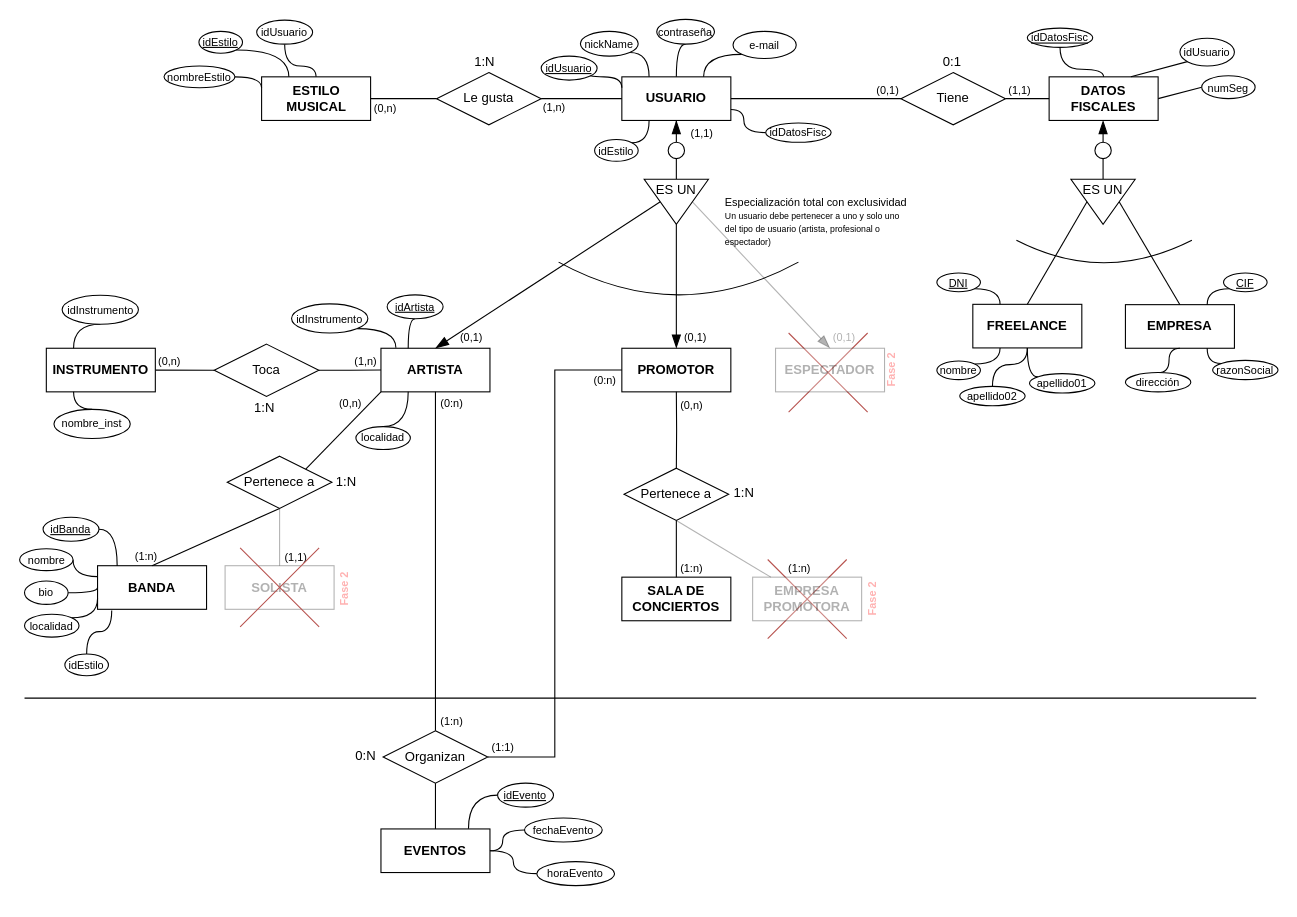
Above: DiagramaER.drawio in victorvisus/pvm_binain (draw.io), before the change. Source tidied: cells renumbered, new cells numbered last; positions are measured from the earlier drawing's top-left corner, leaving out a move shared by most shapes. Both pictures are drawn from the tidied source at 109%, with x=0, y=0 at pixel (20, 19).
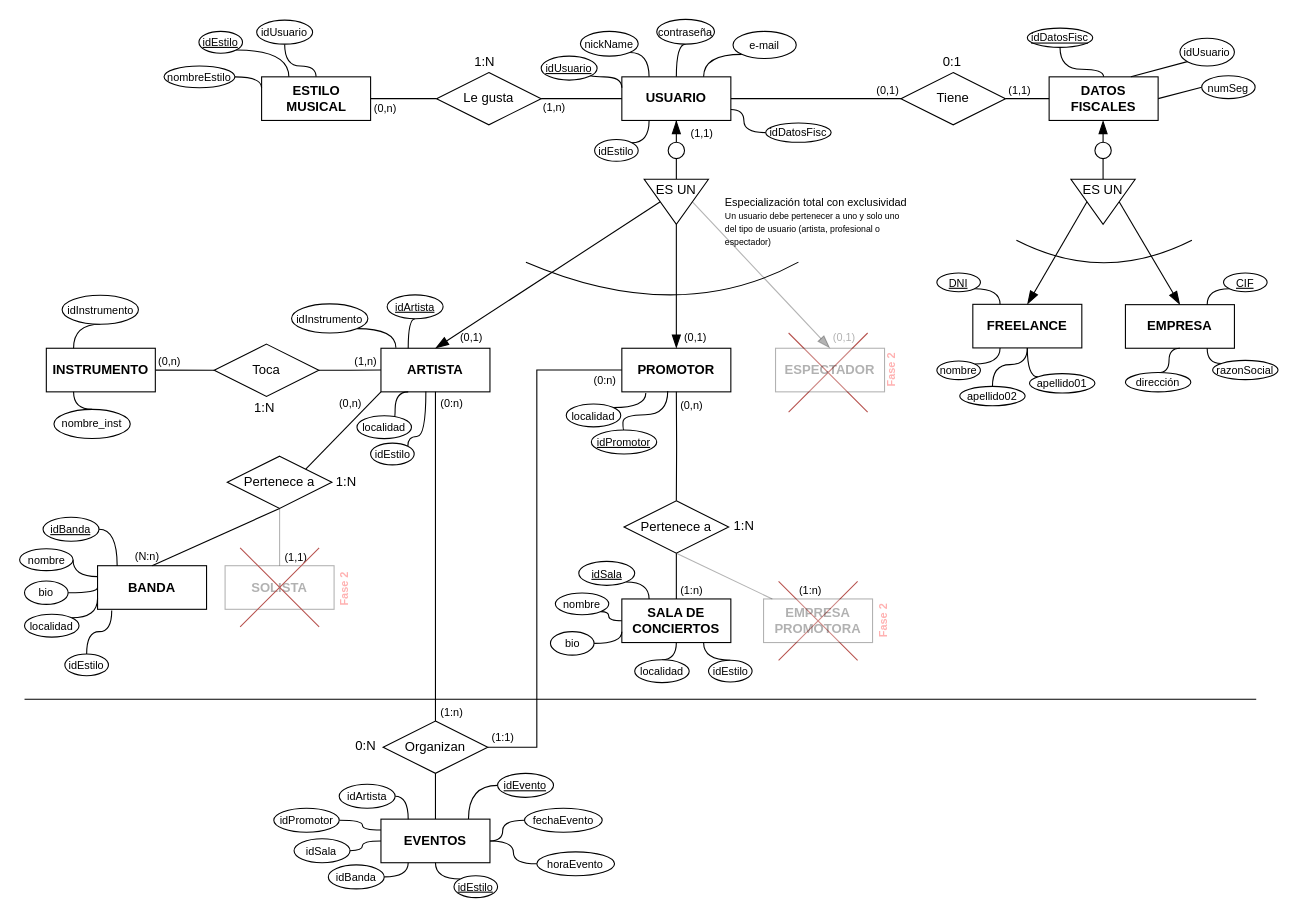
After the change.

Commit message:
modificado diagrama E/R

The change refers to these unchanged cells:
```xml
<mxCell id="16" value="ARTISTA" style="whiteSpace=wrap;html=1;align=center;fontStyle=1;" parent="1" vertex="1">
  <mxGeometry x="331" y="302" width="100" height="40" as="geometry" />
</mxCell>
<mxCell id="19" value="PROMOTOR" style="whiteSpace=wrap;html=1;align=center;fontStyle=1;" parent="1" vertex="1">
  <mxGeometry x="552" y="302" width="100" height="40" as="geometry" />
</mxCell>
<mxCell id="126" style="verticalLabelPosition=bottom;verticalAlign=top;html=1;shape=mxgraph.basic.acute_triangle;dx=0.5;rotation=-180;" parent="125" vertex="1">
  <mxGeometry y="4" width="59" height="41.3" as="geometry" />
</mxCell>
<mxCell id="128" value="FREELANCE" style="whiteSpace=wrap;html=1;align=center;fontStyle=1;" parent="1" vertex="1">
  <mxGeometry x="874" y="261.7" width="100" height="40" as="geometry" />
</mxCell>
<mxCell id="129" value="EMPRESA" style="whiteSpace=wrap;html=1;align=center;fontStyle=1;" parent="1" vertex="1">
  <mxGeometry x="1014" y="262" width="100" height="40" as="geometry" />
</mxCell>
```

The edit, as a diff of the source:
```diff
@@
     <mxCell id="3" style="shape=umlDestroy;strokeColor=#b85450;fillColor=#FF0000;strokeWidth=1;" parent="1" vertex="1">
-      <mxGeometry x="685.8" y="495.8" width="72.5" height="72.5" as="geometry" />
+      <mxGeometry x="695.8" y="515.8" width="72.5" height="72.5" as="geometry" />
     </mxCell>
@@
-    <mxCell id="29" value="(1:n)" style="text;strokeColor=none;fillColor=none;spacingLeft=4;spacingRight=4;overflow=hidden;fontSize=10;" parent="1" vertex="1">
+    <mxCell id="29" value="(N:n)" style="text;strokeColor=none;fillColor=none;spacingLeft=4;spacingRight=4;overflow=hidden;fontSize=10;" parent="1" vertex="1">
       <mxGeometry x="99.7" y="481" width="40" height="30" as="geometry" />
     </mxCell>
@@
     <mxCell id="31" value="SALA DE CONCIERTOS" style="whiteSpace=wrap;html=1;align=center;fontStyle=1;" parent="1" vertex="1">
-      <mxGeometry x="552" y="512" width="100" height="40" as="geometry" />
+      <mxGeometry x="552" y="532" width="100" height="40" as="geometry" />
     </mxCell>
@@
     <mxCell id="33" value="Pertenece a" style="shape=rhombus;perimeter=rhombusPerimeter;whiteSpace=wrap;html=1;align=center;gradientColor=none;" parent="1" vertex="1">
-      <mxGeometry x="554" y="412" width="96" height="48" as="geometry" />
+      <mxGeometry x="554" y="442" width="96" height="48" as="geometry" />
     </mxCell>
     <mxCell id="34" value="1:N" style="text;strokeColor=none;fillColor=none;spacingLeft=4;spacingRight=4;overflow=hidden;fontSize=12;" parent="1" vertex="1">
-      <mxGeometry x="649" y="421" width="40" height="30" as="geometry" />
+      <mxGeometry x="649" y="451" width="40" height="30" as="geometry" />
     </mxCell>
@@
     <mxCell id="37" value="(1:n)" style="text;strokeColor=none;fillColor=none;spacingLeft=4;spacingRight=4;overflow=hidden;fontSize=10;" parent="1" vertex="1">
-      <mxGeometry x="600" y="491.5" width="40" height="30" as="geometry" />
+      <mxGeometry x="600" y="511.5" width="40" height="30" as="geometry" />
     </mxCell>
     <mxCell id="38" value="EMPRESA&lt;br&gt;PROMOTORA" style="whiteSpace=wrap;html=1;align=center;fontStyle=1;textOpacity=30;opacity=30;" parent="1" vertex="1">
-      <mxGeometry x="672" y="512" width="100" height="40" as="geometry" />
+      <mxGeometry x="682" y="532" width="100" height="40" as="geometry" />
     </mxCell>
@@
     <mxCell id="40" value="(1:n)" style="text;strokeColor=none;fillColor=none;spacingLeft=4;spacingRight=4;overflow=hidden;fontSize=10;" parent="1" vertex="1">
-      <mxGeometry x="699" y="491.5" width="40" height="30" as="geometry" />
+      <mxGeometry x="709" y="511.5" width="40" height="30" as="geometry" />
     </mxCell>
@@
     <mxCell id="52" style="endArrow=none;html=1;fontSize=10;curved=1;" parent="1" edge="1">
       <mxGeometry relative="1" as="geometry">
-        <mxPoint x="494" y="223" as="sourcePoint" />
+        <mxPoint x="464" y="223" as="sourcePoint" />
         <mxPoint x="714" y="223" as="targetPoint" />
         <Array as="points">
           <mxPoint x="604" y="283" />
         </Array>
       </mxGeometry>
     </mxCell>
@@
     <mxCell id="69" style="edgeStyle=orthogonalEdgeStyle;rounded=0;jettySize=auto;html=1;exitX=1;exitY=0.5;exitDx=0;exitDy=0;entryX=0;entryY=0.5;entryDx=0;entryDy=0;endArrow=none;endFill=0;" parent="1" edge="1" source="70" target="19">
-      <mxGeometry relative="1" as="geometry" />
+      <mxGeometry relative="1" as="geometry">
+        <Array as="points">
+          <mxPoint x="474" y="668" />
+          <mxPoint x="474" y="322" />
+        </Array>
+      </mxGeometry>
     </mxCell>
     <mxCell id="70" value="Organizan" style="shape=rhombus;perimeter=rhombusPerimeter;whiteSpace=wrap;html=1;align=center;gradientColor=none;" parent="1" vertex="1">
-      <mxGeometry x="333" y="653" width="96" height="48" as="geometry" />
+      <mxGeometry x="333" y="644" width="96" height="48" as="geometry" />
     </mxCell>
@@
     <mxCell id="78" value="(1:1)" style="text;strokeColor=none;fillColor=none;spacingLeft=4;spacingRight=4;overflow=hidden;fontSize=10;" parent="1" vertex="1">
-      <mxGeometry x="427" y="656" width="40" height="30" as="geometry" />
+      <mxGeometry x="427" y="647" width="40" height="30" as="geometry" />
     </mxCell>
@@
     <mxCell id="80" value="Fase 2" style="text;overflow=hidden;fontSize=10;align=center;whiteSpace=wrap;html=1;verticalAlign=middle;horizontal=0;fontStyle=1;textOpacity=30;opacity=30;fontColor=#FF0000;" parent="1" vertex="1">
-      <mxGeometry x="773" y="507" width="18" height="50" as="geometry" />
+      <mxGeometry x="783" y="527" width="18" height="50" as="geometry" />
     </mxCell>
     <mxCell id="81" style="edgeStyle=orthogonalEdgeStyle;jettySize=auto;html=1;endArrow=none;endFill=0;fontSize=10;fontColor=#FF0000;entryX=0.25;entryY=1;entryDx=0;entryDy=0;curved=1;exitX=0.5;exitY=0;exitDx=0;exitDy=0;" parent="1" edge="1" source="82" target="16">
-      <mxGeometry relative="1" as="geometry" />
+      <mxGeometry relative="1" as="geometry">
+        <Array as="points">
+          <mxPoint x="344" y="374" />
+          <mxPoint x="344" y="342" />
+        </Array>
+      </mxGeometry>
     </mxCell>
     <mxCell id="82" value="localidad" style="ellipse;whiteSpace=wrap;html=1;align=center;fontStyle=0;fontSize=10;" parent="1" vertex="1">
-      <mxGeometry x="308" y="373.9" width="50" height="21" as="geometry" />
+      <mxGeometry x="309" y="363.9" width="50" height="21" as="geometry" />
     </mxCell>
@@
-    <mxCell id="130" style="jettySize=auto;html=1;exitX=0;exitY=0;exitDx=44.25;exitDy=20.65;exitPerimeter=0;entryX=0.5;entryY=0;entryDx=0;entryDy=0;endArrow=none;endFill=0;strokeColor=#000000;rounded=0;" parent="1" edge="1" source="126" target="128">
+    <mxCell id="130" style="jettySize=auto;html=1;exitX=0;exitY=0;exitDx=44.25;exitDy=20.65;exitPerimeter=0;entryX=0.5;entryY=0;entryDx=0;entryDy=0;endArrow=blockThin;endFill=1;strokeColor=#000000;rounded=0;endSize=10;" parent="1" edge="1" source="126" target="128">
       <mxGeometry relative="1" as="geometry" />
     </mxCell>
-    <mxCell id="131" style="jettySize=auto;html=1;exitX=0;exitY=0;exitDx=14.75;exitDy=20.65;exitPerimeter=0;entryX=0.5;entryY=0;entryDx=0;entryDy=0;endArrow=none;endFill=0;strokeColor=#000000;rounded=0;" parent="1" edge="1" source="126" target="129">
+    <mxCell id="131" style="jettySize=auto;html=1;exitX=0;exitY=0;exitDx=14.75;exitDy=20.65;exitPerimeter=0;entryX=0.5;entryY=0;entryDx=0;entryDy=0;endArrow=blockThin;endFill=1;strokeColor=#000000;rounded=0;endSize=10;" parent="1" edge="1" source="126" target="129">
       <mxGeometry relative="1" as="geometry" />
     </mxCell>
@@
     <mxCell id="142" value="EVENTOS" style="whiteSpace=wrap;html=1;align=center;fontStyle=1;" parent="1" vertex="1">
-      <mxGeometry x="331" y="743" width="100" height="40" as="geometry" />
+      <mxGeometry x="331" y="734" width="100" height="40" as="geometry" />
     </mxCell>
     <mxCell id="143" value="0:N" style="text;strokeColor=none;fillColor=none;spacingLeft=4;spacingRight=4;overflow=hidden;fontSize=12;" parent="1" vertex="1">
-      <mxGeometry x="302" y="662.5" width="40" height="30" as="geometry" />
+      <mxGeometry x="302" y="653.5" width="40" height="30" as="geometry" />
     </mxCell>
     <mxCell id="144" style="endArrow=none;html=1;" parent="1" edge="1">
       <mxGeometry relative="1" as="geometry">
-        <mxPoint x="4" y="623" as="sourcePoint" />
-        <mxPoint x="1134" y="623" as="targetPoint" />
+        <mxPoint x="4" y="624" as="sourcePoint" />
+        <mxPoint x="1134" y="624" as="targetPoint" />
       </mxGeometry>
     </mxCell>
@@
     <mxCell id="146" value="(1:n)" style="text;strokeColor=none;fillColor=none;spacingLeft=4;spacingRight=4;overflow=hidden;fontSize=10;" parent="1" vertex="1">
-      <mxGeometry x="380" y="632.5" width="40" height="30" as="geometry" />
+      <mxGeometry x="380" y="623.5" width="40" height="30" as="geometry" />
     </mxCell>
@@
     <mxCell id="150" value="idEvento" style="ellipse;whiteSpace=wrap;html=1;align=center;fontStyle=4;fontSize=10;" parent="1" vertex="1">
-      <mxGeometry x="438" y="701" width="51.3" height="22" as="geometry" />
+      <mxGeometry x="438" y="692" width="51.3" height="22" as="geometry" />
     </mxCell>
@@
     <mxCell id="152" value="fechaEvento" style="ellipse;whiteSpace=wrap;html=1;align=center;fontStyle=0;fontSize=10;" parent="1" vertex="1">
-      <mxGeometry x="462.7" y="733" width="71.3" height="22" as="geometry" />
+      <mxGeometry x="462.7" y="724" width="71.3" height="22" as="geometry" />
     </mxCell>
@@
     <mxCell id="154" value="horaEvento" style="ellipse;whiteSpace=wrap;html=1;align=center;fontStyle=0;fontSize=10;" parent="1" vertex="1">
-      <mxGeometry x="474" y="773" width="71.3" height="22" as="geometry" />
+      <mxGeometry x="474" y="764" width="71.3" height="22" as="geometry" />
     </mxCell>
+    <mxCell id="155" style="edgeStyle=orthogonalEdgeStyle;jettySize=auto;html=1;exitX=1;exitY=0;exitDx=0;exitDy=0;entryX=0.22;entryY=1.025;entryDx=0;entryDy=0;entryPerimeter=0;curved=1;endArrow=none;endFill=0;" parent="1" edge="1" source="156">
+      <mxGeometry relative="1" as="geometry">
+        <mxPoint x="574" y="343" as="targetPoint" />
+      </mxGeometry>
+    </mxCell>
+    <mxCell id="156" value="localidad" style="ellipse;whiteSpace=wrap;html=1;align=center;fontStyle=0;fontSize=10;" parent="1" vertex="1">
+      <mxGeometry x="501" y="353.1" width="50" height="21" as="geometry" />
+    </mxCell>
+    <mxCell id="157" style="edgeStyle=orthogonalEdgeStyle;curved=1;jettySize=auto;html=1;exitX=0.5;exitY=0;exitDx=0;exitDy=0;entryX=0.421;entryY=0.982;entryDx=0;entryDy=0;entryPerimeter=0;endArrow=none;endFill=0;" parent="1" edge="1" source="158" target="19">
+      <mxGeometry relative="1" as="geometry">
+        <Array as="points">
+          <mxPoint x="553" y="377" />
+          <mxPoint x="553" y="363" />
+          <mxPoint x="594" y="363" />
+        </Array>
+      </mxGeometry>
+    </mxCell>
+    <mxCell id="158" value="idPromotor" style="ellipse;whiteSpace=wrap;html=1;align=center;fontStyle=4;fontSize=10;" parent="1" vertex="1">
+      <mxGeometry x="524" y="377" width="60" height="22" as="geometry" />
+    </mxCell>
+    <mxCell id="159" style="edgeStyle=orthogonalEdgeStyle;curved=1;jettySize=auto;html=1;exitX=1;exitY=1;exitDx=0;exitDy=0;entryX=0;entryY=0.5;entryDx=0;entryDy=0;endArrow=none;endFill=0;" parent="1" edge="1" source="160" target="31">
+      <mxGeometry relative="1" as="geometry">
+        <Array as="points">
+          <mxPoint x="540" y="544" />
+          <mxPoint x="540" y="552" />
+        </Array>
+      </mxGeometry>
+    </mxCell>
+    <mxCell id="160" value="nombre" style="ellipse;whiteSpace=wrap;html=1;align=center;fontStyle=0;fontSize=10;" parent="1" vertex="1">
+      <mxGeometry x="491" y="526.5" width="49" height="20" as="geometry" />
+    </mxCell>
+    <mxCell id="161" style="edgeStyle=orthogonalEdgeStyle;curved=1;jettySize=auto;html=1;exitX=1;exitY=0.5;exitDx=0;exitDy=0;endArrow=none;endFill=0;entryX=0;entryY=0.75;entryDx=0;entryDy=0;" parent="1" edge="1" source="162" target="31">
+      <mxGeometry relative="1" as="geometry" />
+    </mxCell>
+    <mxCell id="162" value="bio" style="ellipse;whiteSpace=wrap;html=1;align=center;fontStyle=0;fontSize=10;" parent="1" vertex="1">
+      <mxGeometry x="486.5" y="562" width="40" height="21.5" as="geometry" />
+    </mxCell>
+    <mxCell id="163" style="edgeStyle=orthogonalEdgeStyle;jettySize=auto;html=1;exitX=0.5;exitY=0;exitDx=0;exitDy=0;entryX=0.5;entryY=1;entryDx=0;entryDy=0;curved=1;endArrow=none;endFill=0;" parent="1" edge="1" source="164" target="31">
+      <mxGeometry relative="1" as="geometry" />
+    </mxCell>
+    <mxCell id="164" value="localidad" style="ellipse;whiteSpace=wrap;html=1;align=center;fontStyle=0;fontSize=10;" parent="1" vertex="1">
+      <mxGeometry x="563.8" y="587.8" width="50" height="21" as="geometry" />
+    </mxCell>
+    <mxCell id="165" style="edgeStyle=orthogonalEdgeStyle;curved=1;jettySize=auto;html=1;exitX=0.5;exitY=0;exitDx=0;exitDy=0;entryX=0.75;entryY=1;entryDx=0;entryDy=0;endArrow=none;endFill=0;" parent="1" edge="1" source="166" target="31">
+      <mxGeometry relative="1" as="geometry" />
+    </mxCell>
+    <mxCell id="166" value="idEstilo" style="ellipse;whiteSpace=wrap;html=1;align=center;fontStyle=0;fontSize=10;" parent="1" vertex="1">
+      <mxGeometry x="631.5" y="588.2" width="40" height="20" as="geometry" />
+    </mxCell>
+    <mxCell id="167" style="edgeStyle=orthogonalEdgeStyle;curved=1;jettySize=auto;html=1;exitX=1;exitY=1;exitDx=0;exitDy=0;entryX=0.25;entryY=0;entryDx=0;entryDy=0;endArrow=none;endFill=0;" parent="1" edge="1" source="168" target="31">
+      <mxGeometry relative="1" as="geometry" />
+    </mxCell>
+    <mxCell id="168" value="idSala" style="ellipse;whiteSpace=wrap;html=1;align=center;fontStyle=4;fontSize=10;" parent="1" vertex="1">
+      <mxGeometry x="512.5" y="497.5" width="51.3" height="22" as="geometry" />
+    </mxCell>
+    <mxCell id="169" style="edgeStyle=orthogonalEdgeStyle;curved=1;jettySize=auto;html=1;exitX=1;exitY=0;exitDx=0;exitDy=0;entryX=0.412;entryY=0.99;entryDx=0;entryDy=0;entryPerimeter=0;endArrow=none;endFill=0;" parent="1" edge="1" source="170" target="16">
+      <mxGeometry relative="1" as="geometry">
+        <Array as="points">
+          <mxPoint x="356" y="383" />
+          <mxPoint x="372" y="383" />
+        </Array>
+      </mxGeometry>
+    </mxCell>
+    <mxCell id="170" value="idEstilo" style="ellipse;whiteSpace=wrap;html=1;align=center;fontStyle=0;fontSize=10;" parent="1" vertex="1">
+      <mxGeometry x="321.5" y="389" width="40" height="20" as="geometry" />
+    </mxCell>
+    <mxCell id="171" style="edgeStyle=orthogonalEdgeStyle;curved=1;jettySize=auto;html=1;exitX=1;exitY=0.5;exitDx=0;exitDy=0;entryX=0.25;entryY=1;entryDx=0;entryDy=0;endArrow=none;endFill=0;endSize=10;" parent="1" edge="1" source="172" target="142">
+      <mxGeometry relative="1" as="geometry" />
+    </mxCell>
+    <mxCell id="172" value="idBanda" style="ellipse;whiteSpace=wrap;html=1;align=center;fontStyle=0;fontSize=10;" parent="1" vertex="1">
+      <mxGeometry x="282.7" y="776" width="51.3" height="22" as="geometry" />
+    </mxCell>
+    <mxCell id="173" style="edgeStyle=orthogonalEdgeStyle;curved=1;jettySize=auto;html=1;exitX=1;exitY=0.5;exitDx=0;exitDy=0;entryX=0.25;entryY=0;entryDx=0;entryDy=0;endArrow=none;endFill=0;endSize=10;" parent="1" edge="1" source="174" target="142">
+      <mxGeometry relative="1" as="geometry" />
+    </mxCell>
+    <mxCell id="174" value="idArtista" style="ellipse;whiteSpace=wrap;html=1;align=center;fontStyle=0;fontSize=10;" parent="1" vertex="1">
+      <mxGeometry x="292.7" y="702" width="51.3" height="22" as="geometry" />
+    </mxCell>
+    <mxCell id="175" style="edgeStyle=orthogonalEdgeStyle;curved=1;jettySize=auto;html=1;exitX=1;exitY=0.5;exitDx=0;exitDy=0;entryX=0;entryY=0.25;entryDx=0;entryDy=0;endArrow=none;endFill=0;endSize=10;" parent="1" edge="1" source="176" target="142">
+      <mxGeometry relative="1" as="geometry">
+        <Array as="points">
+          <mxPoint x="314" y="735" />
+          <mxPoint x="314" y="744" />
+        </Array>
+      </mxGeometry>
+    </mxCell>
+    <mxCell id="176" value="idPromotor" style="ellipse;whiteSpace=wrap;html=1;align=center;fontStyle=0;fontSize=10;" parent="1" vertex="1">
+      <mxGeometry x="232.7" y="724" width="60" height="22" as="geometry" />
+    </mxCell>
+    <mxCell id="177" style="edgeStyle=orthogonalEdgeStyle;curved=1;jettySize=auto;html=1;exitX=1;exitY=0.5;exitDx=0;exitDy=0;entryX=0;entryY=0.5;entryDx=0;entryDy=0;endArrow=none;endFill=0;endSize=10;" parent="1" edge="1" source="178" target="142">
+      <mxGeometry relative="1" as="geometry">
+        <Array as="points">
+          <mxPoint x="314" y="763" />
+          <mxPoint x="314" y="754" />
+        </Array>
+      </mxGeometry>
+    </mxCell>
+    <mxCell id="178" value="idSala" style="ellipse;whiteSpace=wrap;html=1;align=center;fontStyle=0;fontSize=10;" parent="1" vertex="1">
+      <mxGeometry x="251.3" y="752" width="51.3" height="22" as="geometry" />
+    </mxCell>
+    <mxCell id="179" style="edgeStyle=orthogonalEdgeStyle;curved=1;jettySize=auto;html=1;exitX=0;exitY=0;exitDx=0;exitDy=0;entryX=0.5;entryY=1;entryDx=0;entryDy=0;endArrow=none;endFill=0;endSize=10;" parent="1" edge="1" source="180" target="142">
+      <mxGeometry relative="1" as="geometry" />
+    </mxCell>
+    <mxCell id="180" value="idEstilo" style="ellipse;whiteSpace=wrap;html=1;align=center;fontStyle=4;fontSize=10;" parent="1" vertex="1">
+      <mxGeometry x="398" y="786" width="40" height="20" as="geometry" />
+    </mxCell>
```
